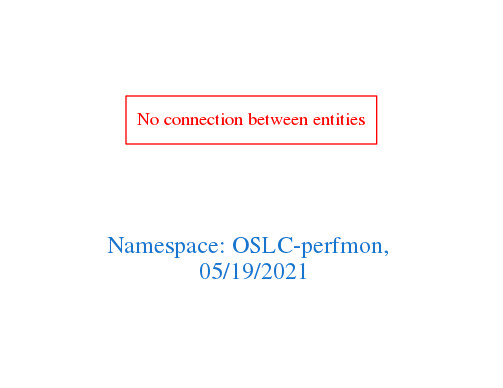
This is downloads/OSLC-perfmon.png from arago/OGIT, a Graphviz export, as it was before one commit. Its source is kept beside it as downloads/OSLC-perfmon.dot.
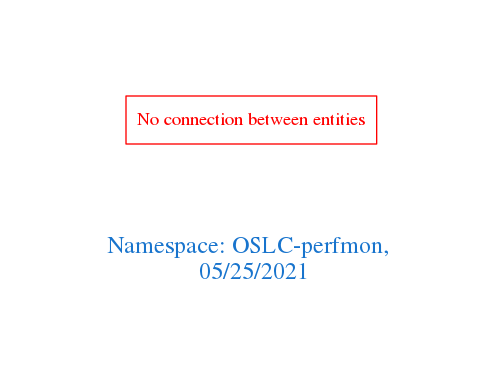
The same diagram one commit later.

Diff of the diagram source:
```diff
@@ -1,7 +1,7 @@
 digraph OGIT_ontology {
  graph [ rankdir= LR,pad=1
 fontsize = 18,
-fontcolor= dodgerblue3,label = "\n\n\nNamespace: OSLC-perfmon, \n 05/19/2021"];
+fontcolor= dodgerblue3,label = "\n\n\nNamespace: OSLC-perfmon, \n 05/25/2021"];
 node[shape=polygon];
 edge [  color="gray81"];
 
```
